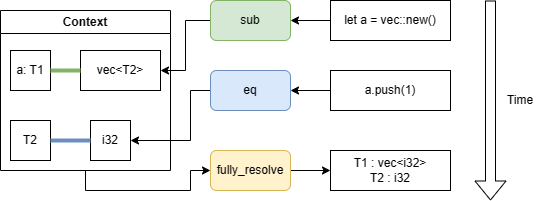
This is Text/img/RustTypeInference.png from TomatorCZ/master-thesis, a draw.io export, as it was before one commit. Source tidied: cells renumbered, new cells last; positions are measured from the earlier drawing's top-left corner, leaving out a move shared by most shapes.
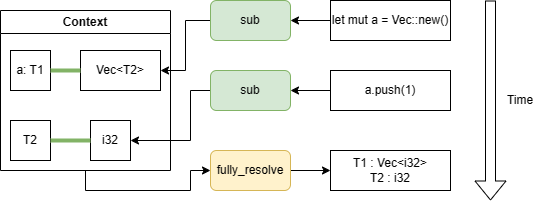
The same file after the commit.

Commit message:
[Text] rewrite Rust type inference

Diff of the diagram source:
```diff
@@ -14,7 +14,7 @@
     <mxCell id="5" value="T2" style="rounded=0;whiteSpace=wrap;html=1;" parent="3" vertex="1">
       <mxGeometry x="10" y="110" width="40" height="40" as="geometry" />
     </mxCell>
-    <mxCell id="6" value="vec&amp;lt;T2&amp;gt;" style="rounded=0;whiteSpace=wrap;html=1;" parent="3" vertex="1">
+    <mxCell id="6" value="Vec&amp;lt;T2&amp;gt;" style="rounded=0;whiteSpace=wrap;html=1;" parent="3" vertex="1">
       <mxGeometry x="80" y="40" width="80" height="40" as="geometry" />
     </mxCell>
     <mxCell id="7" value="i32" style="rounded=0;whiteSpace=wrap;html=1;" parent="3" vertex="1">
@@ -23,7 +23,7 @@
     <mxCell id="8" style="endArrow=none;html=1;rounded=0;exitX=1;exitY=0.5;exitDx=0;exitDy=0;entryX=0;entryY=0.5;entryDx=0;entryDy=0;fillColor=#d5e8d4;strokeColor=#82b366;strokeWidth=4;" parent="3" edge="1" source="4" target="6">
       <mxGeometry relative="1" as="geometry" />
     </mxCell>
-    <mxCell id="9" style="endArrow=none;html=1;rounded=0;exitX=1;exitY=0.5;exitDx=0;exitDy=0;entryX=0;entryY=0.5;entryDx=0;entryDy=0;fillColor=#dae8fc;strokeColor=#6c8ebf;strokeWidth=4;" parent="3" edge="1" source="5" target="7">
+    <mxCell id="9" style="endArrow=none;html=1;rounded=0;exitX=1;exitY=0.5;exitDx=0;exitDy=0;entryX=0;entryY=0.5;entryDx=0;entryDy=0;fillColor=#d5e8d4;strokeColor=#82b366;strokeWidth=4;" parent="3" edge="1" source="5" target="7">
       <mxGeometry relative="1" as="geometry" />
     </mxCell>
     <mxCell id="10" style="edgeStyle=orthogonalEdgeStyle;rounded=0;jettySize=auto;html=1;exitX=0;exitY=0.5;exitDx=0;exitDy=0;entryX=1;entryY=0.5;entryDx=0;entryDy=0;" parent="1" edge="1" source="11" target="7">
@@ -34,7 +34,7 @@
         </Array>
       </mxGeometry>
     </mxCell>
-    <mxCell id="11" value="eq" style="rounded=1;whiteSpace=wrap;html=1;fillColor=#dae8fc;strokeColor=#6c8ebf;" parent="1" vertex="1">
+    <mxCell id="11" value="sub" style="rounded=1;whiteSpace=wrap;html=1;fillColor=#d5e8d4;strokeColor=#82b366;" parent="1" vertex="1">
       <mxGeometry x="210" y="70" width="80" height="40" as="geometry" />
     </mxCell>
     <mxCell id="12" style="edgeStyle=orthogonalEdgeStyle;rounded=0;jettySize=auto;html=1;exitX=0;exitY=0.5;exitDx=0;exitDy=0;entryX=1;entryY=0.5;entryDx=0;entryDy=0;" parent="1" edge="1" source="13" target="6">
@@ -46,7 +46,7 @@
     <mxCell id="14" style="edgeStyle=orthogonalEdgeStyle;rounded=0;jettySize=auto;html=1;exitX=0;exitY=0.5;exitDx=0;exitDy=0;entryX=1;entryY=0.5;entryDx=0;entryDy=0;" parent="1" edge="1" source="15" target="13">
       <mxGeometry relative="1" as="geometry" />
     </mxCell>
-    <mxCell id="15" value="let a = vec::new()" style="rounded=0;whiteSpace=wrap;html=1;" parent="1" vertex="1">
+    <mxCell id="15" value="let mut a = Vec::new()" style="rounded=0;whiteSpace=wrap;html=1;" parent="1" vertex="1">
       <mxGeometry x="330" width="120" height="40" as="geometry" />
     </mxCell>
     <mxCell id="16" style="edgeStyle=orthogonalEdgeStyle;rounded=0;jettySize=auto;html=1;exitX=0;exitY=0.5;exitDx=0;exitDy=0;entryX=1;entryY=0.5;entryDx=0;entryDy=0;" parent="1" edge="1" source="17" target="11">
@@ -61,7 +61,7 @@
     <mxCell id="19" value="fully_resolve" style="rounded=1;whiteSpace=wrap;html=1;fillColor=#fff2cc;strokeColor=#d6b656;" parent="1" vertex="1">
       <mxGeometry x="210" y="150" width="80" height="40" as="geometry" />
     </mxCell>
-    <mxCell id="20" value="T1 : vec&amp;lt;i32&amp;gt;&lt;br&gt;T2 : i32" style="rounded=0;whiteSpace=wrap;html=1;" parent="1" vertex="1">
+    <mxCell id="20" value="T1 : Vec&amp;lt;i32&amp;gt;&lt;br&gt;T2 : i32" style="rounded=0;whiteSpace=wrap;html=1;" parent="1" vertex="1">
       <mxGeometry x="330" y="150" width="120" height="40" as="geometry" />
     </mxCell>
     <mxCell id="21" style="shape=flexArrow;endArrow=classic;html=1;rounded=0;" parent="1" edge="1">
```
